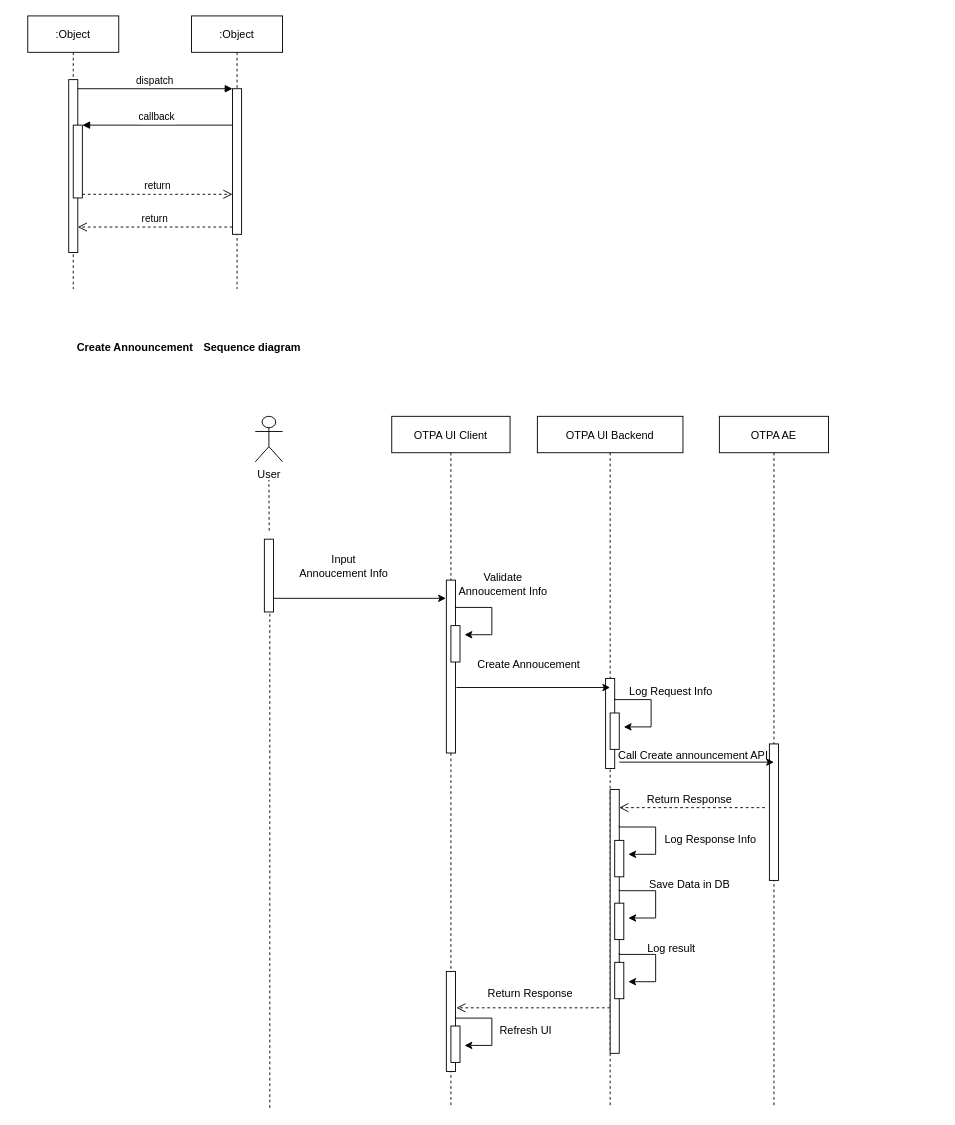
The draw.io diagram announcement diagram.drawio in dieunguyen2003/deploycode, before the edit. Source tidied: cells renumbered, new cells numbered last; positions are measured from the earlier drawing's top-left corner, leaving out a move shared by most shapes. Both pictures are drawn from the tidied source at 91%, with x=0, y=0 at pixel (15, 15).
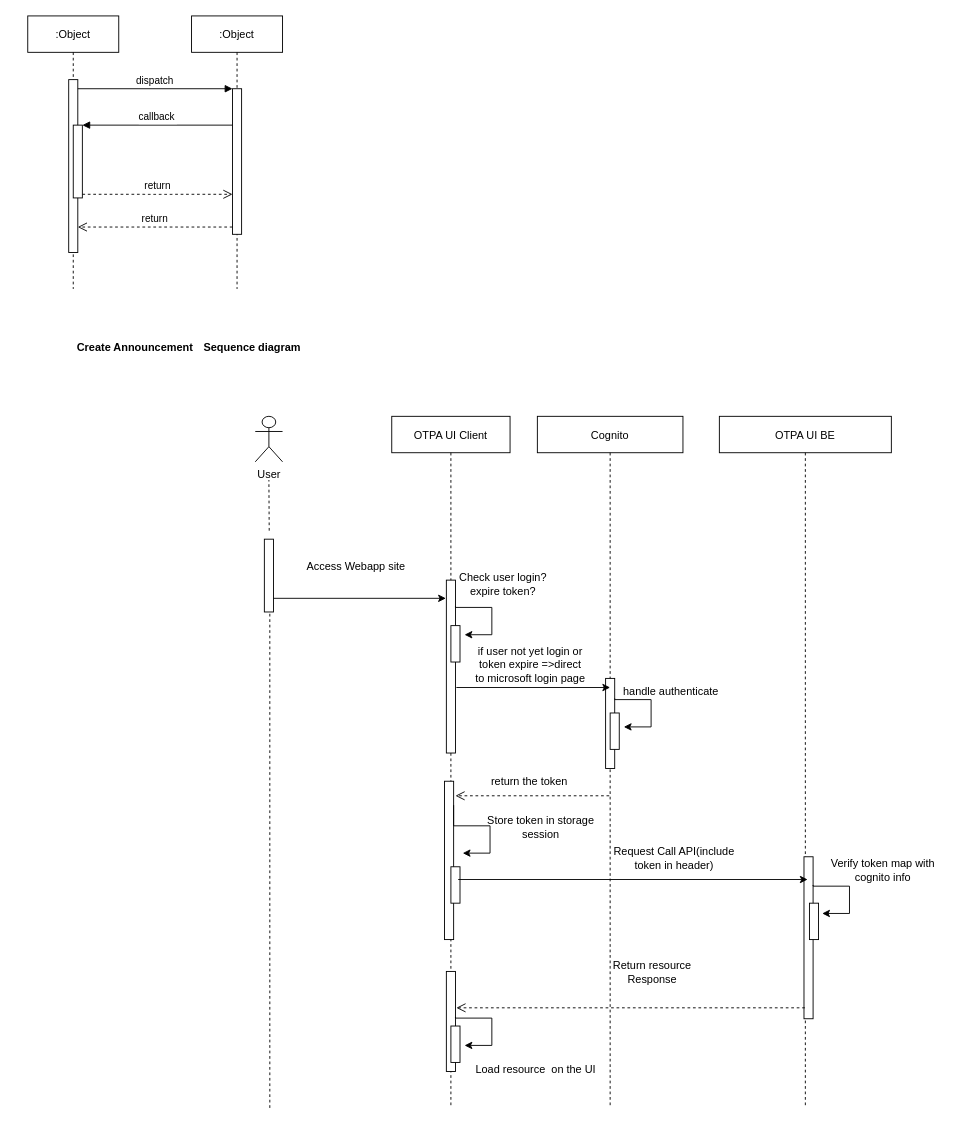
After the change.

Unchanged cells that the change refers to:
```xml
<mxCell id="15" value="OTPA UI Client" style="shape=umlLifeline;perimeter=lifelinePerimeter;rounded=0;shadow=0;strokeWidth=1;" parent="1" vertex="1">
  <mxGeometry x="413" y="440" width="130" height="760" as="geometry" />
</mxCell>
```

The edit, as a diff of the source:
```diff
@@
+    <mxCell id="52" style="points=[];perimeter=orthogonalPerimeter;rounded=0;shadow=0;strokeWidth=1;" parent="15" vertex="1">
+      <mxGeometry x="58" y="401" width="10" height="174" as="geometry" />
+    </mxCell>
+    <mxCell id="53" style="perimeter=orthogonalPerimeter;rounded=0;shadow=0;strokeWidth=1;" parent="15" vertex="1">
+      <mxGeometry x="65" y="495" width="10" height="40" as="geometry" />
+    </mxCell>
+    <mxCell id="54" style="edgeStyle=orthogonalEdgeStyle;rounded=0;jettySize=auto;html=1;exitX=1;exitY=0.151;exitDx=0;exitDy=0;exitPerimeter=0;" parent="15" edge="1" source="52">
+      <mxGeometry relative="1" as="geometry">
+        <mxPoint x="78" y="480" as="targetPoint" />
+        <Array as="points">
+          <mxPoint x="68" y="450" />
+          <mxPoint x="108" y="450" />
+          <mxPoint x="108" y="480" />
+        </Array>
+      </mxGeometry>
+    </mxCell>
-    <mxCell id="21" value="OTPA UI Backend" style="shape=umlLifeline;perimeter=lifelinePerimeter;rounded=0;shadow=0;strokeWidth=1;" parent="1" vertex="1">
+    <mxCell id="21" value="Cognito" style="shape=umlLifeline;perimeter=lifelinePerimeter;rounded=0;shadow=0;strokeWidth=1;" parent="1" vertex="1">
       <mxGeometry x="573" y="440" width="160" height="760" as="geometry" />
     </mxCell>
-    <mxCell id="22" style="points=[];perimeter=orthogonalPerimeter;rounded=0;shadow=0;strokeWidth=1;" parent="21" vertex="1">
-      <mxGeometry x="80" y="410" width="10" height="290" as="geometry" />
-    </mxCell>
-    <mxCell id="23" value="Log Request Info" style="text;html=1;strokeColor=none;fillColor=none;align=center;verticalAlign=middle;whiteSpace=wrap;rounded=0;" parent="21" vertex="1">
+    <mxCell id="23" value="handle authenticate" style="text;html=1;strokeColor=none;fillColor=none;align=center;verticalAlign=middle;whiteSpace=wrap;rounded=0;" parent="21" vertex="1">
       <mxGeometry x="85" y="288" width="124" height="30" as="geometry" />
     </mxCell>
-    <mxCell id="24" style="perimeter=orthogonalPerimeter;rounded=0;shadow=0;strokeWidth=1;" parent="21" vertex="1">
-      <mxGeometry x="85" y="535" width="10" height="40" as="geometry" />
-    </mxCell>
-    <mxCell id="25" value="Call Create announcement API" style="text;html=1;strokeColor=none;fillColor=none;align=center;verticalAlign=middle;whiteSpace=wrap;rounded=0;" parent="21" vertex="1">
-      <mxGeometry x="85" y="358" width="173" height="29" as="geometry" />
-    </mxCell>
@@
-    <mxCell id="29" style="perimeter=orthogonalPerimeter;rounded=0;shadow=0;strokeWidth=1;" parent="21" vertex="1">
-      <mxGeometry x="85" y="466" width="10" height="40" as="geometry" />
-    </mxCell>
-    <mxCell id="30" style="edgeStyle=orthogonalEdgeStyle;rounded=0;orthogonalLoop=1;jettySize=auto;html=1;exitX=1;exitY=0.151;exitDx=0;exitDy=0;exitPerimeter=0;" parent="21" edge="1">
-      <mxGeometry relative="1" as="geometry">
-        <mxPoint x="90" y="450" as="sourcePoint" />
-        <mxPoint x="100" y="481.3" as="targetPoint" />
-        <Array as="points">
-          <mxPoint x="90" y="451.3" />
-          <mxPoint x="130" y="451.3" />
-          <mxPoint x="130" y="481.3" />
-        </Array>
-      </mxGeometry>
-    </mxCell>
-    <mxCell id="31" style="edgeStyle=orthogonalEdgeStyle;rounded=0;orthogonalLoop=1;jettySize=auto;html=1;exitX=1;exitY=0.151;exitDx=0;exitDy=0;exitPerimeter=0;" parent="21" edge="1">
-      <mxGeometry relative="1" as="geometry">
-        <mxPoint x="90" y="520" as="sourcePoint" />
-        <mxPoint x="100" y="551.3" as="targetPoint" />
-        <Array as="points">
-          <mxPoint x="90" y="521.3" />
-          <mxPoint x="130" y="521.3" />
-          <mxPoint x="130" y="551.3" />
-        </Array>
-      </mxGeometry>
-    </mxCell>
-    <mxCell id="32" style="perimeter=orthogonalPerimeter;rounded=0;shadow=0;strokeWidth=1;" parent="21" vertex="1">
-      <mxGeometry x="85" y="600" width="10" height="40" as="geometry" />
-    </mxCell>
-    <mxCell id="33" style="edgeStyle=orthogonalEdgeStyle;rounded=0;orthogonalLoop=1;jettySize=auto;html=1;exitX=1;exitY=0.151;exitDx=0;exitDy=0;exitPerimeter=0;" parent="21" edge="1">
-      <mxGeometry relative="1" as="geometry">
-        <mxPoint x="90" y="590" as="sourcePoint" />
-        <mxPoint x="100" y="621.3" as="targetPoint" />
-        <Array as="points">
-          <mxPoint x="90" y="591.3" />
-          <mxPoint x="130" y="591.3" />
-          <mxPoint x="130" y="621.3" />
-        </Array>
-      </mxGeometry>
-    </mxCell>
-    <mxCell id="34" value="Refresh UI" style="text;html=1;strokeColor=none;fillColor=none;align=center;verticalAlign=middle;whiteSpace=wrap;rounded=0;" parent="21" vertex="1">
-      <mxGeometry x="-80" y="660" width="135" height="30" as="geometry" />
+    <mxCell id="34" value="Load resource&amp;nbsp; on the UI" style="text;html=1;strokeColor=none;fillColor=none;align=center;verticalAlign=middle;whiteSpace=wrap;rounded=0;" parent="21" vertex="1">
+      <mxGeometry x="-69" y="703" width="135" height="30" as="geometry" />
     </mxCell>
+    <mxCell id="55" value="Request Call API(include token in header)" style="text;html=1;strokeColor=none;fillColor=none;align=center;verticalAlign=middle;whiteSpace=wrap;rounded=0;" parent="21" vertex="1">
+      <mxGeometry x="83" y="471" width="135" height="30" as="geometry" />
+    </mxCell>
+    <mxCell id="51" value="Return resource Response" style="text;html=1;strokeColor=none;fillColor=none;align=center;verticalAlign=middle;whiteSpace=wrap;rounded=0;" parent="21" vertex="1">
+      <mxGeometry x="59" y="596" width="135" height="30" as="geometry" />
+    </mxCell>
+    <mxCell id="56" value="Store token in storage session" style="text;html=1;strokeColor=none;fillColor=none;align=center;verticalAlign=middle;whiteSpace=wrap;rounded=0;" parent="21" vertex="1">
+      <mxGeometry x="-58" y="437" width="124" height="30" as="geometry" />
+    </mxCell>
-    <mxCell id="35" value="OTPA AE" style="shape=umlLifeline;perimeter=lifelinePerimeter;rounded=0;shadow=0;strokeWidth=1;" parent="1" vertex="1">
-      <mxGeometry x="773" y="440" width="120" height="760" as="geometry" />
+    <mxCell id="35" value="OTPA UI BE" style="shape=umlLifeline;perimeter=lifelinePerimeter;rounded=0;shadow=0;strokeWidth=1;" parent="1" vertex="1">
+      <mxGeometry x="773" y="440" width="189" height="760" as="geometry" />
     </mxCell>
     <mxCell id="36" style="perimeter=orthogonalPerimeter;rounded=0;shadow=0;strokeWidth=1;" parent="35" vertex="1">
-      <mxGeometry x="55" y="360" width="10" height="150" as="geometry" />
+      <mxGeometry x="93" y="484" width="10" height="178" as="geometry" />
     </mxCell>
-    <mxCell id="37" value="Log Response Info" style="text;html=1;strokeColor=none;fillColor=none;align=center;verticalAlign=middle;whiteSpace=wrap;rounded=0;" parent="35" vertex="1">
-      <mxGeometry x="-77" y="450" width="135" height="30" as="geometry" />
-    </mxCell>
+    <mxCell id="57" value="Verify token map with cognito info" style="text;html=1;strokeColor=none;fillColor=none;align=center;verticalAlign=middle;whiteSpace=wrap;rounded=0;" parent="35" vertex="1">
+      <mxGeometry x="118" y="484" width="124" height="30" as="geometry" />
+    </mxCell>
+    <mxCell id="58" style="perimeter=orthogonalPerimeter;rounded=0;shadow=0;strokeWidth=1;" parent="35" vertex="1">
+      <mxGeometry x="99" y="535" width="10" height="40" as="geometry" />
+    </mxCell>
+    <mxCell id="59" style="edgeStyle=orthogonalEdgeStyle;rounded=0;orthogonalLoop=1;jettySize=auto;html=1;exitX=1;exitY=0.151;exitDx=0;exitDy=0;exitPerimeter=0;" parent="35" edge="1">
+      <mxGeometry relative="1" as="geometry">
+        <mxPoint x="103" y="515" as="sourcePoint" />
+        <mxPoint x="113" y="546.3" as="targetPoint" />
+        <Array as="points">
+          <mxPoint x="103" y="516.3" />
+          <mxPoint x="143" y="516.3" />
+          <mxPoint x="143" y="546.3" />
+        </Array>
+      </mxGeometry>
+    </mxCell>
-    <mxCell id="38" value="Input Annoucement Info" style="text;html=1;strokeColor=none;fillColor=none;align=center;verticalAlign=middle;whiteSpace=wrap;rounded=0;" parent="1" vertex="1">
-      <mxGeometry x="308" y="590" width="105" height="30" as="geometry" />
+    <mxCell id="38" value="Access Webapp site" style="text;html=1;strokeColor=none;fillColor=none;align=center;verticalAlign=middle;whiteSpace=wrap;rounded=0;" parent="1" vertex="1">
+      <mxGeometry x="308" y="590" width="132" height="30" as="geometry" />
     </mxCell>
@@
-    <mxCell id="40" value="Validate Annoucement Info" style="text;html=1;strokeColor=none;fillColor=none;align=center;verticalAlign=middle;whiteSpace=wrap;rounded=0;" parent="1" vertex="1">
+    <mxCell id="40" value="Check user login? expire token?" style="text;html=1;strokeColor=none;fillColor=none;align=center;verticalAlign=middle;whiteSpace=wrap;rounded=0;" parent="1" vertex="1">
       <mxGeometry x="483" y="610" width="105" height="30" as="geometry" />
     </mxCell>
-    <mxCell id="41" style="endArrow=classic;html=1;rounded=0;" parent="1" edge="1">
-      <mxGeometry relative="1" as="geometry">
-        <mxPoint x="663" y="820" as="sourcePoint" />
-        <mxPoint x="833" y="820" as="targetPoint" />
-      </mxGeometry>
-    </mxCell>
-    <mxCell id="42" style="verticalAlign=bottom;endArrow=open;dashed=1;endSize=8;shadow=0;strokeWidth=1;" parent="1" edge="1" target="22">
-      <mxGeometry x="-0.15" y="-10" relative="1" as="geometry">
-        <mxPoint x="823" y="870" as="sourcePoint" />
-      </mxGeometry>
-    </mxCell>
@@
-    <mxCell id="46" value="Create Annoucement&amp;nbsp;" style="text;html=1;strokeColor=none;fillColor=none;align=center;verticalAlign=middle;whiteSpace=wrap;rounded=0;" parent="1" vertex="1">
+    <mxCell id="46" value="if user not yet login or token expire =&amp;gt;direct to microsoft login page" style="text;html=1;strokeColor=none;fillColor=none;align=center;verticalAlign=middle;whiteSpace=wrap;rounded=0;" parent="1" vertex="1">
       <mxGeometry x="503" y="698" width="125" height="30" as="geometry" />
     </mxCell>
-    <mxCell id="47" value="Save Data in DB" style="text;html=1;strokeColor=none;fillColor=none;align=center;verticalAlign=middle;whiteSpace=wrap;rounded=0;" parent="1" vertex="1">
-      <mxGeometry x="673" y="940" width="135" height="30" as="geometry" />
-    </mxCell>
-    <mxCell id="48" value="Log result" style="text;html=1;strokeColor=none;fillColor=none;align=center;verticalAlign=middle;whiteSpace=wrap;rounded=0;" parent="1" vertex="1">
-      <mxGeometry x="653" y="1010" width="135" height="30" as="geometry" />
-    </mxCell>
-    <mxCell id="49" style="verticalAlign=bottom;endArrow=open;dashed=1;endSize=8;shadow=0;strokeWidth=1;" parent="1" edge="1">
+    <mxCell id="49" style="verticalAlign=bottom;endArrow=open;dashed=1;endSize=8;shadow=0;strokeWidth=1;" parent="1" edge="1" source="35">
       <mxGeometry x="-0.15" y="-10" relative="1" as="geometry">
-        <mxPoint x="653" y="1090" as="sourcePoint" />
         <mxPoint x="484" y="1090" as="targetPoint" />
       </mxGeometry>
     </mxCell>
-    <mxCell id="50" value="Return Response" style="text;html=1;strokeColor=none;fillColor=none;align=center;verticalAlign=middle;whiteSpace=wrap;rounded=0;" parent="1" vertex="1">
-      <mxGeometry x="673" y="846" width="135" height="30" as="geometry" />
-    </mxCell>
-    <mxCell id="51" value="Return Response" style="text;html=1;strokeColor=none;fillColor=none;align=center;verticalAlign=middle;whiteSpace=wrap;rounded=0;" parent="1" vertex="1">
-      <mxGeometry x="498" y="1060" width="135" height="30" as="geometry" />
-    </mxCell>
+    <mxCell id="60" style="endArrow=classic;html=1;rounded=0;" parent="1" edge="1">
+      <mxGeometry relative="1" as="geometry">
+        <mxPoint x="486" y="949" as="sourcePoint" />
+        <mxPoint x="870" y="949" as="targetPoint" />
+      </mxGeometry>
+    </mxCell>
+    <mxCell id="61" style="verticalAlign=bottom;endArrow=open;dashed=1;endSize=8;shadow=0;strokeWidth=1;" parent="1" edge="1">
+      <mxGeometry x="-0.15" y="-10" relative="1" as="geometry">
+        <mxPoint x="652" y="857" as="sourcePoint" />
+        <mxPoint x="483" y="857" as="targetPoint" />
+      </mxGeometry>
+    </mxCell>
+    <mxCell id="62" value="return the token" style="text;html=1;strokeColor=none;fillColor=none;align=center;verticalAlign=middle;whiteSpace=wrap;rounded=0;" parent="1" vertex="1">
+      <mxGeometry x="497" y="827" width="135" height="30" as="geometry" />
+    </mxCell>
```
